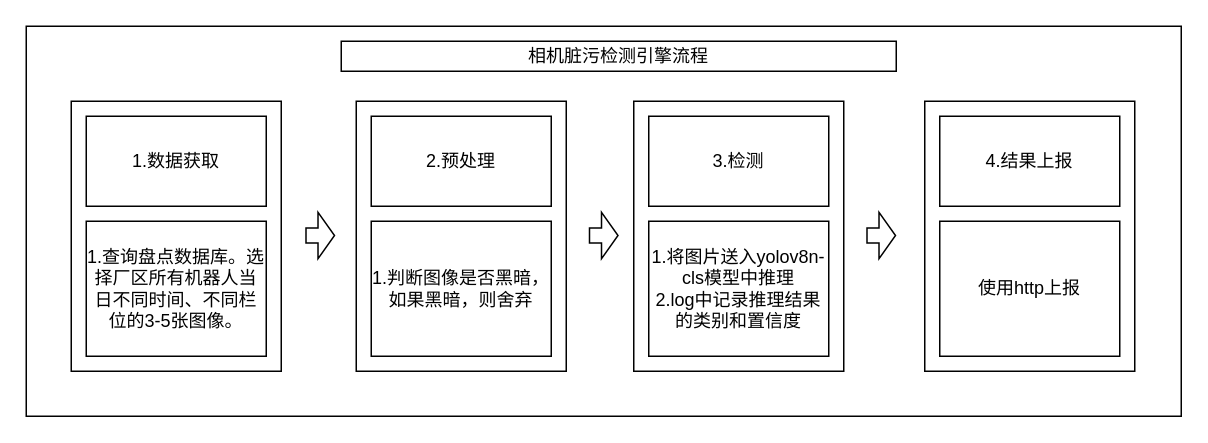
This is 脏污.drawio from yzy1421/Amateur-women-basketball-in-China, a draw.io file, before an edit. Source tidied: cells renumbered, new cells numbered last; positions are measured from the earlier drawing's top-left corner, leaving out a move shared by most shapes. Both pictures are drawn from the tidied source at 150%, with x=0, y=0 at pixel (26, 26).
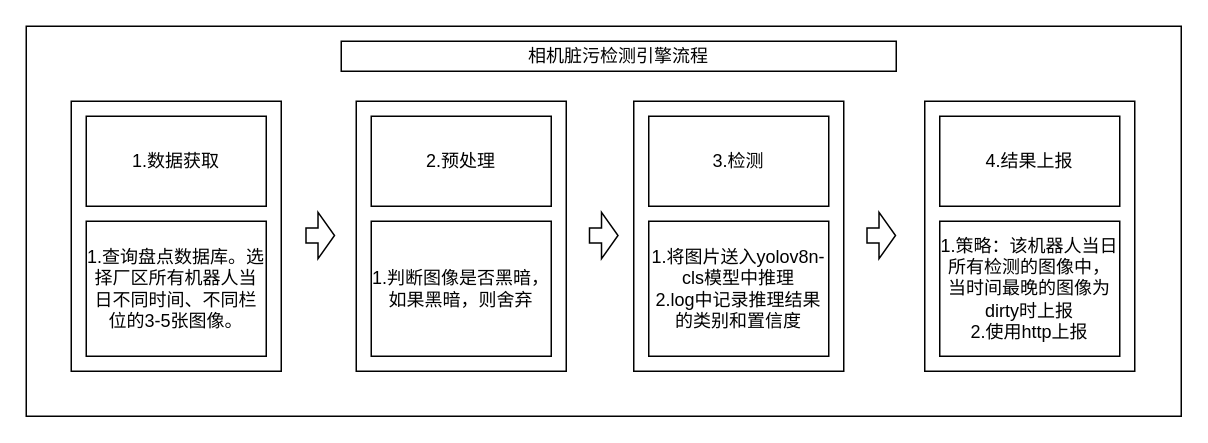
The same diagram, later.

Diff of the diagram source:
```diff
@@
-    <mxCell id="14" value="使用http上报" style="rounded=0;whiteSpace=wrap;html=1;" parent="1" vertex="1">
+    <mxCell id="14" value="1.策略：该机器人当日所有检测的图像中，当时间最晚的图像为dirty时上报&lt;div&gt;2.使用http上报&lt;/div&gt;" style="rounded=0;whiteSpace=wrap;html=1;" parent="1" vertex="1">
       <mxGeometry x="609" y="130" width="120" height="90" as="geometry" />
     </mxCell>
```
